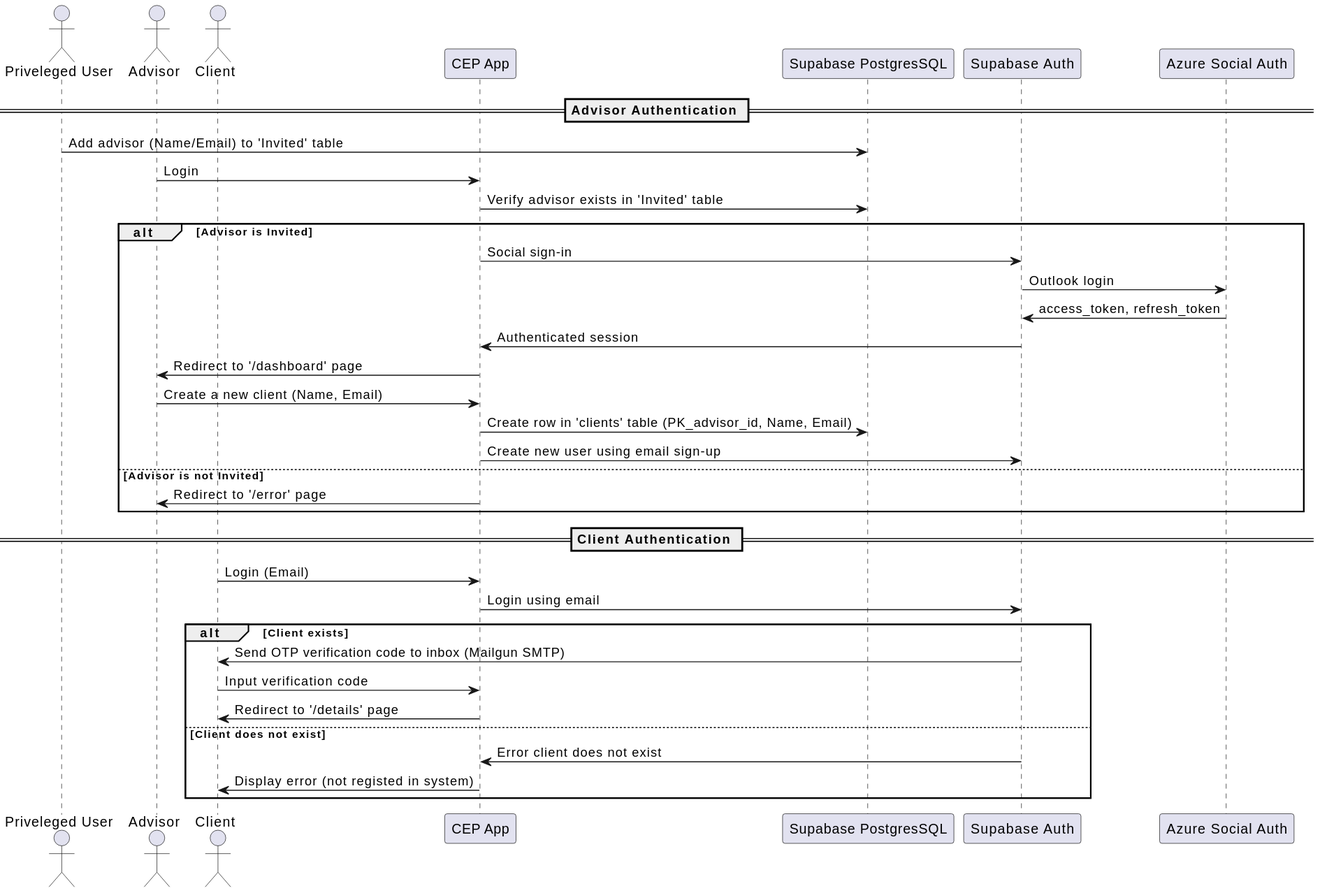
Above: docs/images/login-sequence.svg in Arthur006/financial-advisor-cep (PlantUML), before the change.
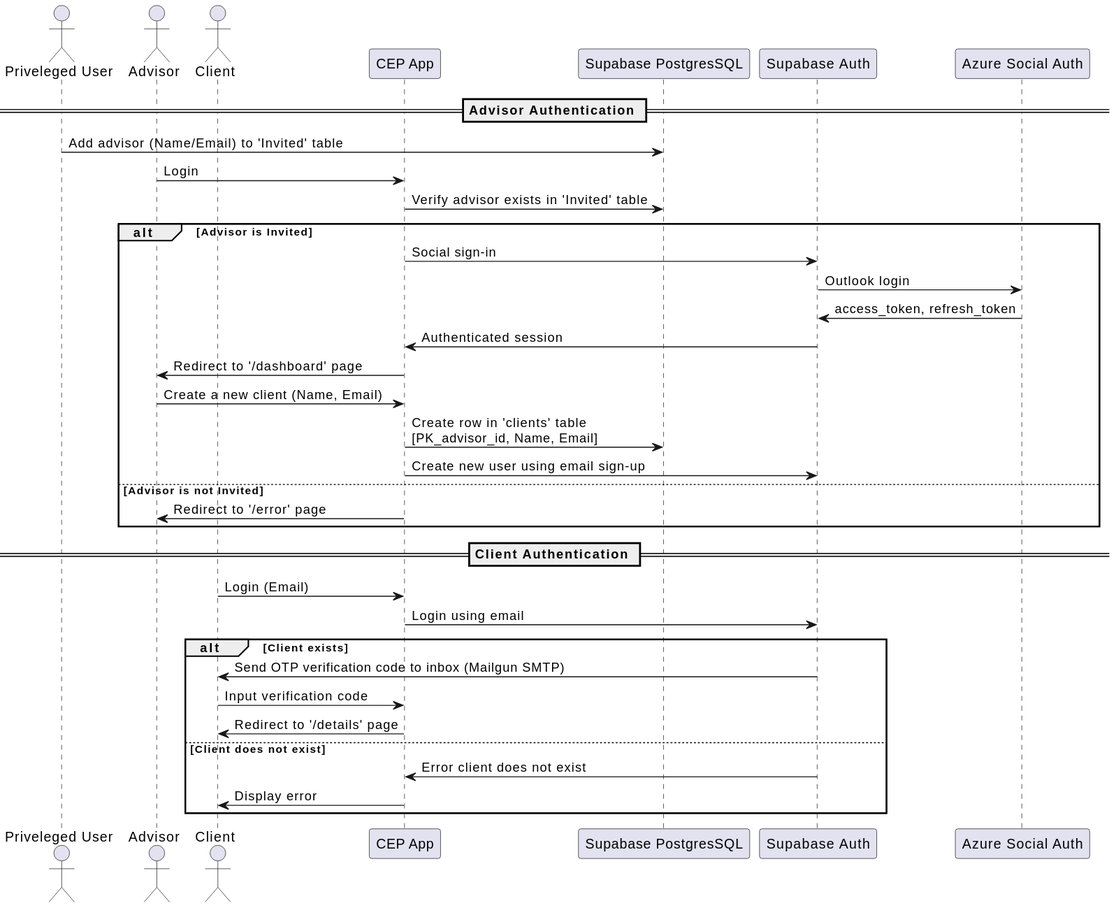
Above is the later version.

The edit, as a diff of the source:
```diff
@@ -18,7 +18,7 @@
     Auth -> App: Authenticated session
     App -> Advisor: Redirect to '/dashboard' page
     Advisor -> App: Create a new client (Name, Email)
-    App -> Postgres: Create row in 'clients' table (PK_advisor_id, Name, Email)
+    App -> Postgres: Create row in 'clients' table\n[PK_advisor_id, Name, Email]
     App -> Auth: Create new user using email sign-up
 else Advisor is not Invited
     App -> Advisor: Redirect to '/error' page
@@ -33,6 +33,6 @@
     App -> Client: Redirect to '/details' page
 else Client does not exist
     Auth -> App: Error client does not exist
-    App -> Client: Display error (not registed in system)
+    App -> Client: Display error
 end
 @enduml
```
